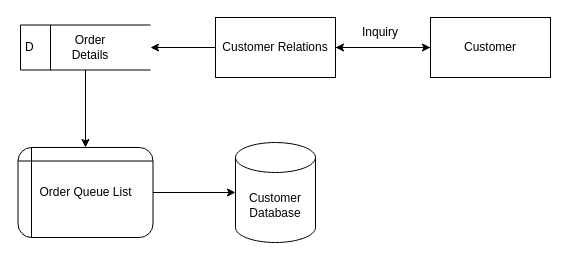
This is page "Level 2 DFD (Order Queue List)" (4 of 10) of DFD DIAGRAMS.drawio from BryanFabellore/Team_SPOTLIGHT, a draw.io file, before an edit. Source tidied: cells renumbered, new cells numbered last; positions are measured from the earlier drawing's top-left corner, leaving out a move shared by most shapes. Both pictures are drawn from the tidied source at 100%, with x=0, y=0 at pixel (18, 17).
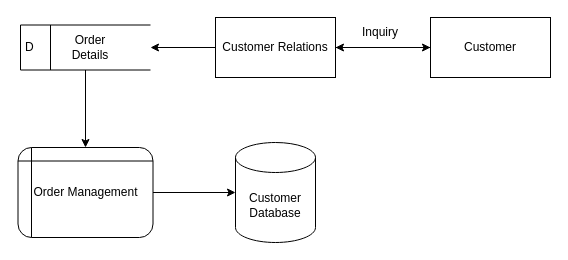
The same diagram, later.

Diff of the diagram source:
```diff
@@
 <mxGraphModel>
   <root>
     <mxCell id="0" />
     <mxCell id="1" parent="0" />
     <mxCell id="2" style="edgeStyle=orthogonalEdgeStyle;rounded=0;jettySize=auto;html=1;" parent="1" edge="1" source="4" target="6">
       <mxGeometry relative="1" as="geometry" />
     </mxCell>
     <mxCell id="3" style="edgeStyle=orthogonalEdgeStyle;rounded=0;jettySize=auto;html=1;" parent="1" edge="1" source="4" target="11">
       <mxGeometry relative="1" as="geometry" />
     </mxCell>
     <mxCell id="4" value="Customer Relations" style="rounded=0;whiteSpace=wrap;html=1;strokeColor=default;fontFamily=Helvetica;fontSize=12;fontColor=default;fillColor=#FFFFFF;" parent="1" vertex="1">
       <mxGeometry x="197" width="120" height="60" as="geometry" />
     </mxCell>
     <mxCell id="5" style="edgeStyle=orthogonalEdgeStyle;rounded=0;jettySize=auto;html=1;entryX=1;entryY=0.5;entryDx=0;entryDy=0;" parent="1" edge="1" source="6" target="4">
       <mxGeometry relative="1" as="geometry" />
     </mxCell>
     <mxCell id="6" value="Customer" style="rounded=0;whiteSpace=wrap;html=1;strokeColor=default;fontFamily=Helvetica;fontSize=12;fontColor=default;fillColor=#FFFFFF;" parent="1" vertex="1">
       <mxGeometry x="412" width="120" height="60" as="geometry" />
     </mxCell>
     <mxCell id="7" style="edgeStyle=orthogonalEdgeStyle;rounded=0;jettySize=auto;html=1;exitX=1;exitY=0.5;exitDx=0;exitDy=0;entryX=0;entryY=0.5;entryDx=0;entryDy=0;entryPerimeter=0;" parent="1" edge="1" source="8" target="14">
       <mxGeometry relative="1" as="geometry" />
     </mxCell>
-    <mxCell id="8" value="Order Queue List" style="shape=internalStorage;whiteSpace=wrap;html=1;backgroundOutline=1;rounded=1;strokeColor=default;fontFamily=Helvetica;fontSize=12;fontColor=default;fillColor=#FFFFFF;dx=5;dy=10;" parent="1" vertex="1">
+    <mxCell id="8" value="Order Management" style="shape=internalStorage;whiteSpace=wrap;html=1;backgroundOutline=1;rounded=1;strokeColor=default;fontFamily=Helvetica;fontSize=12;fontColor=default;fillColor=#FFFFFF;dx=5;dy=10;" parent="1" vertex="1">
       <mxGeometry x="-0.5" y="130" width="135" height="90" as="geometry" />
     </mxCell>
     <mxCell id="9" value="Inquiry" style="text;html=1;strokeColor=none;fillColor=none;align=center;verticalAlign=middle;whiteSpace=wrap;rounded=0;" parent="1" vertex="1">
       <mxGeometry x="332" width="60" height="30" as="geometry" />
     </mxCell>
     <mxCell id="10" style="group;" parent="1" vertex="1">
       <mxGeometry x="2" y="7.5" width="130" height="45" as="geometry" />
     </mxCell>
     <mxCell id="11" value="D" style="html=1;dashed=0;whitespace=wrap;shape=mxgraph.dfd.dataStoreID;align=left;spacingLeft=3;points=[[0,0],[0.5,0],[1,0],[0,0.5],[1,0.5],[0,1],[0.5,1],[1,1]];" parent="10" vertex="1">
       <mxGeometry width="130" height="45" as="geometry" />
     </mxCell>
     <mxCell id="12" value="Order Details" style="text;html=1;strokeColor=none;fillColor=none;align=center;verticalAlign=middle;whiteSpace=wrap;rounded=0;" parent="10" vertex="1">
       <mxGeometry x="40" y="7.5" width="60" height="30" as="geometry" />
     </mxCell>
     <mxCell id="13" style="edgeStyle=orthogonalEdgeStyle;rounded=0;jettySize=auto;html=1;entryX=0.5;entryY=0;entryDx=0;entryDy=0;" parent="1" edge="1" source="11" target="8">
       <mxGeometry relative="1" as="geometry" />
     </mxCell>
     <mxCell id="14" value="Customer Database" style="shape=cylinder3;whiteSpace=wrap;html=1;boundedLbl=1;backgroundOutline=1;size=15;" parent="1" vertex="1">
       <mxGeometry x="217" y="125" width="80" height="100" as="geometry" />
     </mxCell>
   </root>
 </mxGraphModel>
```
